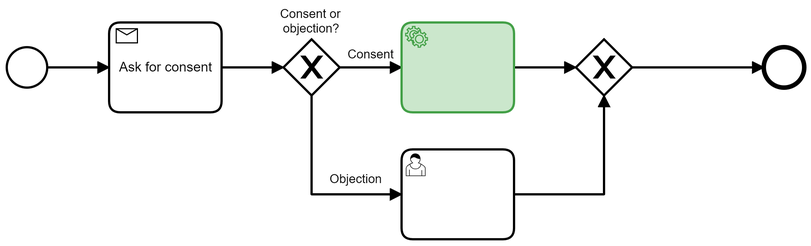
Before: models/gdpr-consent.png, a diagram exported from BPMN (viadee/bpmn.ai-patterns). Its source is kept beside it as models/gdpr-consent.bpmn. Ids are renumbered.
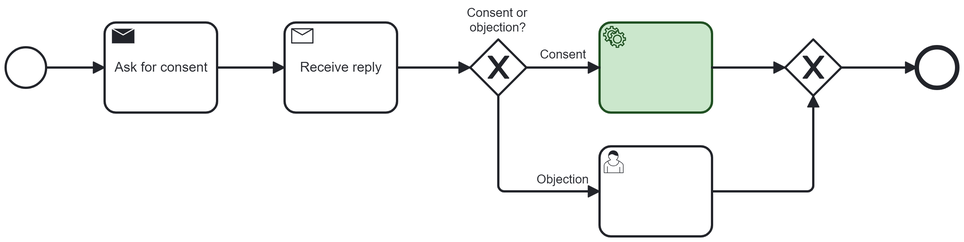
The same diagram one commit later.

Commit message:
Improve gdpr consent example process model

The edit, as a diff of the source:
```diff
@@ -1,103 +1,117 @@
-<bpmn:definitions xmlns:bpmn="http://www.omg.org/spec/BPMN/20100524/MODEL" xmlns:bpmndi="http://www.omg.org/spec/BPMN/20100524/DI" xmlns:dc="http://www.omg.org/spec/DD/20100524/DC" xmlns:di="http://www.omg.org/spec/DD/20100524/DI" xmlns:bioc="http://bpmn.io/schema/bpmn/biocolor/1.0" id="Definitions_n1" targetNamespace="http://bpmn.io/schema/bpmn" exporter="Camunda Modeler" exporterVersion="4.1.1">
-  <bpmn:process id="Process_n2" isExecutable="true">
-    <bpmn:startEvent id="Event_n3">
-      <bpmn:outgoing>Flow_n4</bpmn:outgoing>
+<bpmn:definitions xmlns:bpmn="http://www.omg.org/spec/BPMN/20100524/MODEL" xmlns:bpmndi="http://www.omg.org/spec/BPMN/20100524/DI" xmlns:dc="http://www.omg.org/spec/DD/20100524/DC" xmlns:bioc="http://bpmn.io/schema/bpmn/biocolor/1.0" xmlns:color="http://www.omg.org/spec/BPMN/non-normative/color/1.0" xmlns:di="http://www.omg.org/spec/DD/20100524/DI" xmlns:modeler="http://camunda.org/schema/modeler/1.0" id="Definitions_n17" targetNamespace="http://bpmn.io/schema/bpmn" exporter="Camunda Modeler" exporterVersion="5.30.0" modeler:executionPlatform="Camunda Platform" modeler:executionPlatformVersion="7.22.0">
+  <bpmn:process id="Process_n18" isExecutable="true">
+    <bpmn:startEvent id="StartEvent_1">
+      <bpmn:outgoing>Flow_n19</bpmn:outgoing>
     </bpmn:startEvent>
-    <bpmn:endEvent id="Event_n5">
-      <bpmn:incoming>Flow_n6</bpmn:incoming>
+    <bpmn:sequenceFlow id="Flow_n19" sourceRef="StartEvent_1" targetRef="Activity_n20" />
+    <bpmn:sendTask id="Activity_n20" name="Ask for consent">
+      <bpmn:incoming>Flow_n19</bpmn:incoming>
+      <bpmn:outgoing>Flow_n21</bpmn:outgoing>
+    </bpmn:sendTask>
+    <bpmn:sequenceFlow id="Flow_n21" sourceRef="Activity_n20" targetRef="Activity_n22" />
+    <bpmn:receiveTask id="Activity_n22" name="Receive reply">
+      <bpmn:incoming>Flow_n21</bpmn:incoming>
+      <bpmn:outgoing>Flow_n23</bpmn:outgoing>
+    </bpmn:receiveTask>
+    <bpmn:exclusiveGateway id="Gateway_n24" name="Consent or objection?">
+      <bpmn:incoming>Flow_n23</bpmn:incoming>
+      <bpmn:outgoing>Flow_n25</bpmn:outgoing>
+      <bpmn:outgoing>Flow_n26</bpmn:outgoing>
+    </bpmn:exclusiveGateway>
+    <bpmn:sequenceFlow id="Flow_n23" sourceRef="Activity_n22" targetRef="Gateway_n24" />
+    <bpmn:sequenceFlow id="Flow_n25" name="Consent" sourceRef="Gateway_n24" targetRef="Activity_n27" />
+    <bpmn:exclusiveGateway id="Gateway_n28">
+      <bpmn:incoming>Flow_n29</bpmn:incoming>
+      <bpmn:incoming>Flow_n30</bpmn:incoming>
+      <bpmn:outgoing>Flow_n31</bpmn:outgoing>
+    </bpmn:exclusiveGateway>
+    <bpmn:sequenceFlow id="Flow_n29" sourceRef="Activity_n27" targetRef="Gateway_n28" />
+    <bpmn:endEvent id="Event_n32">
+      <bpmn:incoming>Flow_n31</bpmn:incoming>
     </bpmn:endEvent>
-    <bpmn:exclusiveGateway id="Gateway_n7" name="Consent or objection?">
-      <bpmn:incoming>Flow_n8</bpmn:incoming>
-      <bpmn:outgoing>Flow_n9</bpmn:outgoing>
-      <bpmn:outgoing>Flow_n10</bpmn:outgoing>
-    </bpmn:exclusiveGateway>
-    <bpmn:exclusiveGateway id="Gateway_n11">
-      <bpmn:incoming>Flow_n12</bpmn:incoming>
-      <bpmn:incoming>Flow_n13</bpmn:incoming>
-      <bpmn:outgoing>Flow_n6</bpmn:outgoing>
-    </bpmn:exclusiveGateway>
-    <bpmn:userTask id="Activity_n14">
-      <bpmn:incoming>Flow_n10</bpmn:incoming>
-      <bpmn:outgoing>Flow_n12</bpmn:outgoing>
+    <bpmn:sequenceFlow id="Flow_n31" sourceRef="Gateway_n28" targetRef="Event_n32" />
+    <bpmn:sequenceFlow id="Flow_n26" name="Objection" sourceRef="Gateway_n24" targetRef="Activity_n33" />
+    <bpmn:serviceTask id="Activity_n27">
+      <bpmn:incoming>Flow_n25</bpmn:incoming>
+      <bpmn:outgoing>Flow_n29</bpmn:outgoing>
+    </bpmn:serviceTask>
+    <bpmn:userTask id="Activity_n33">
+      <bpmn:incoming>Flow_n26</bpmn:incoming>
+      <bpmn:outgoing>Flow_n30</bpmn:outgoing>
     </bpmn:userTask>
-    <bpmn:serviceTask id="Activity_n15">
-      <bpmn:incoming>Flow_n9</bpmn:incoming>
-      <bpmn:outgoing>Flow_n13</bpmn:outgoing>
-    </bpmn:serviceTask>
-    <bpmn:receiveTask id="Activity_n16" name="Ask for consent">
-      <bpmn:incoming>Flow_n4</bpmn:incoming>
-      <bpmn:outgoing>Flow_n8</bpmn:outgoing>
-    </bpmn:receiveTask>
-    <bpmn:sequenceFlow id="Flow_n4" sourceRef="Event_n3" targetRef="Activity_n16" />
-    <bpmn:sequenceFlow id="Flow_n6" sourceRef="Gateway_n11" targetRef="Event_n5" />
-    <bpmn:sequenceFlow id="Flow_n8" sourceRef="Activity_n16" targetRef="Gateway_n7" />
-    <bpmn:sequenceFlow id="Flow_n9" name="Consent" sourceRef="Gateway_n7" targetRef="Activity_n15" />
-    <bpmn:sequenceFlow id="Flow_n10" name="Objection" sourceRef="Gateway_n7" targetRef="Activity_n14" />
-    <bpmn:sequenceFlow id="Flow_n12" sourceRef="Activity_n14" targetRef="Gateway_n11" />
-    <bpmn:sequenceFlow id="Flow_n13" sourceRef="Activity_n15" targetRef="Gateway_n11" />
+    <bpmn:sequenceFlow id="Flow_n30" sourceRef="Activity_n33" targetRef="Gateway_n28" />
   </bpmn:process>
   <bpmndi:BPMNDiagram id="BPMNDiagram_1">
-    <bpmndi:BPMNPlane id="BPMNPlane_1" bpmnElement="Process_n2">
-      <bpmndi:BPMNEdge id="Flow_n13_di" bpmnElement="Flow_n13">
-        <di:waypoint x="630" y="130" />
-        <di:waypoint x="685" y="130" />
+    <bpmndi:BPMNPlane id="BPMNPlane_1" bpmnElement="Process_n18">
+      <bpmndi:BPMNShape id="StartEvent_1_di" bpmnElement="StartEvent_1">
+        <dc:Bounds x="182" y="162" width="36" height="36" />
+      </bpmndi:BPMNShape>
+      <bpmndi:BPMNShape id="Activity_0laa2xz_di" bpmnElement="Activity_n20">
+        <dc:Bounds x="270" y="140" width="100" height="80" />
+        <bpmndi:BPMNLabel />
+      </bpmndi:BPMNShape>
+      <bpmndi:BPMNShape id="Activity_0tzz5oj_di" bpmnElement="Activity_n22">
+        <dc:Bounds x="430" y="140" width="100" height="80" />
+        <bpmndi:BPMNLabel />
+      </bpmndi:BPMNShape>
+      <bpmndi:BPMNShape id="Gateway_n24_di" bpmnElement="Gateway_n24" isMarkerVisible="true">
+        <dc:Bounds x="595" y="155" width="50" height="50" />
+        <bpmndi:BPMNLabel>
+          <dc:Bounds x="592" y="125" width="56" height="27" />
+        </bpmndi:BPMNLabel>
+      </bpmndi:BPMNShape>
+      <bpmndi:BPMNShape id="Gateway_n28_di" bpmnElement="Gateway_n28" isMarkerVisible="true">
+        <dc:Bounds x="875" y="155" width="50" height="50" />
+      </bpmndi:BPMNShape>
+      <bpmndi:BPMNShape id="Event_n32_di" bpmnElement="Event_n32">
+        <dc:Bounds x="992" y="162" width="36" height="36" />
+      </bpmndi:BPMNShape>
+      <bpmndi:BPMNShape id="Activity_0vb4flx_di" bpmnElement="Activity_n27" bioc:stroke="#205022" bioc:fill="#c8e6c9" color:background-color="#c8e6c9" color:border-color="#205022">
+        <dc:Bounds x="710" y="140" width="100" height="80" />
+      </bpmndi:BPMNShape>
+      <bpmndi:BPMNShape id="Activity_0k7sf6q_di" bpmnElement="Activity_n33">
+        <dc:Bounds x="710" y="250" width="100" height="80" />
+      </bpmndi:BPMNShape>
+      <bpmndi:BPMNEdge id="Flow_n19_di" bpmnElement="Flow_n19">
+        <di:waypoint x="218" y="180" />
+        <di:waypoint x="270" y="180" />
       </bpmndi:BPMNEdge>
-      <bpmndi:BPMNEdge id="Flow_n12_di" bpmnElement="Flow_n12">
-        <di:waypoint x="630" y="243" />
-        <di:waypoint x="710" y="243" />
-        <di:waypoint x="710" y="155" />
+      <bpmndi:BPMNEdge id="Flow_n21_di" bpmnElement="Flow_n21">
+        <di:waypoint x="370" y="180" />
+        <di:waypoint x="430" y="180" />
       </bpmndi:BPMNEdge>
-      <bpmndi:BPMNEdge id="Flow_n10_di" bpmnElement="Flow_n10">
-        <di:waypoint x="450" y="155" />
-        <di:waypoint x="450" y="243" />
-        <di:waypoint x="530" y="243" />
+      <bpmndi:BPMNEdge id="Flow_n23_di" bpmnElement="Flow_n23">
+        <di:waypoint x="530" y="180" />
+        <di:waypoint x="595" y="180" />
+      </bpmndi:BPMNEdge>
+      <bpmndi:BPMNEdge id="Flow_n25_di" bpmnElement="Flow_n25">
+        <di:waypoint x="645" y="180" />
+        <di:waypoint x="710" y="180" />
         <bpmndi:BPMNLabel>
-          <dc:Bounds x="466" y="223" width="47" height="14" />
+          <dc:Bounds x="657" y="162" width="42" height="14" />
         </bpmndi:BPMNLabel>
       </bpmndi:BPMNEdge>
-      <bpmndi:BPMNEdge id="Flow_n9_di" bpmnElement="Flow_n9">
-        <di:waypoint x="475" y="130" />
-        <di:waypoint x="530" y="130" />
+      <bpmndi:BPMNEdge id="Flow_n29_di" bpmnElement="Flow_n29">
+        <di:waypoint x="810" y="180" />
+        <di:waypoint x="875" y="180" />
+      </bpmndi:BPMNEdge>
+      <bpmndi:BPMNEdge id="Flow_n31_di" bpmnElement="Flow_n31">
+        <di:waypoint x="925" y="180" />
+        <di:waypoint x="992" y="180" />
+      </bpmndi:BPMNEdge>
+      <bpmndi:BPMNEdge id="Flow_n26_di" bpmnElement="Flow_n26">
+        <di:waypoint x="620" y="205" />
+        <di:waypoint x="620" y="290" />
+        <di:waypoint x="710" y="290" />
         <bpmndi:BPMNLabel>
-          <dc:Bounds x="482" y="112" width="42" height="14" />
+          <dc:Bounds x="654" y="273" width="47" height="14" />
         </bpmndi:BPMNLabel>
       </bpmndi:BPMNEdge>
-      <bpmndi:BPMNEdge id="Flow_n8_di" bpmnElement="Flow_n8">
-        <di:waypoint x="370" y="130" />
-        <di:waypoint x="425" y="130" />
+      <bpmndi:BPMNEdge id="Flow_n30_di" bpmnElement="Flow_n30">
+        <di:waypoint x="810" y="290" />
+        <di:waypoint x="900" y="290" />
+        <di:waypoint x="900" y="205" />
       </bpmndi:BPMNEdge>
-      <bpmndi:BPMNEdge id="Flow_n6_di" bpmnElement="Flow_n6">
-        <di:waypoint x="735" y="130" />
-        <di:waypoint x="852" y="130" />
-      </bpmndi:BPMNEdge>
-      <bpmndi:BPMNEdge id="Flow_n4_di" bpmnElement="Flow_n4">
-        <di:waypoint x="215" y="130" />
-        <di:waypoint x="270" y="130" />
-      </bpmndi:BPMNEdge>
-      <bpmndi:BPMNShape id="Event_n3_di" bpmnElement="Event_n3">
-        <dc:Bounds x="179" y="112" width="36" height="36" />
-      </bpmndi:BPMNShape>
-      <bpmndi:BPMNShape id="Event_n5_di" bpmnElement="Event_n5">
-        <dc:Bounds x="852" y="112" width="36" height="36" />
-      </bpmndi:BPMNShape>
-      <bpmndi:BPMNShape id="Gateway_n7_di" bpmnElement="Gateway_n7" isMarkerVisible="true">
-        <dc:Bounds x="425" y="105" width="50" height="50" />
-        <bpmndi:BPMNLabel>
-          <dc:Bounds x="422" y="76" width="56" height="27" />
-        </bpmndi:BPMNLabel>
-      </bpmndi:BPMNShape>
-      <bpmndi:BPMNShape id="Gateway_n11_di" bpmnElement="Gateway_n11" isMarkerVisible="true">
-        <dc:Bounds x="685" y="105" width="50" height="50" />
-      </bpmndi:BPMNShape>
-      <bpmndi:BPMNShape id="Activity_n14_di" bpmnElement="Activity_n14">
-        <dc:Bounds x="530" y="203" width="100" height="80" />
-      </bpmndi:BPMNShape>
-      <bpmndi:BPMNShape id="Activity_n15_di" bpmnElement="Activity_n15" bioc:stroke="rgb(67, 160, 71)" bioc:fill="rgb(200, 230, 201)">
-        <dc:Bounds x="530" y="90" width="100" height="80" />
-      </bpmndi:BPMNShape>
-      <bpmndi:BPMNShape id="Activity_n16_di" bpmnElement="Activity_n16" bioc:stroke="black" bioc:fill="white">
-        <dc:Bounds x="270" y="90" width="100" height="80" />
-      </bpmndi:BPMNShape>
     </bpmndi:BPMNPlane>
   </bpmndi:BPMNDiagram>
 </bpmn:definitions>
```
